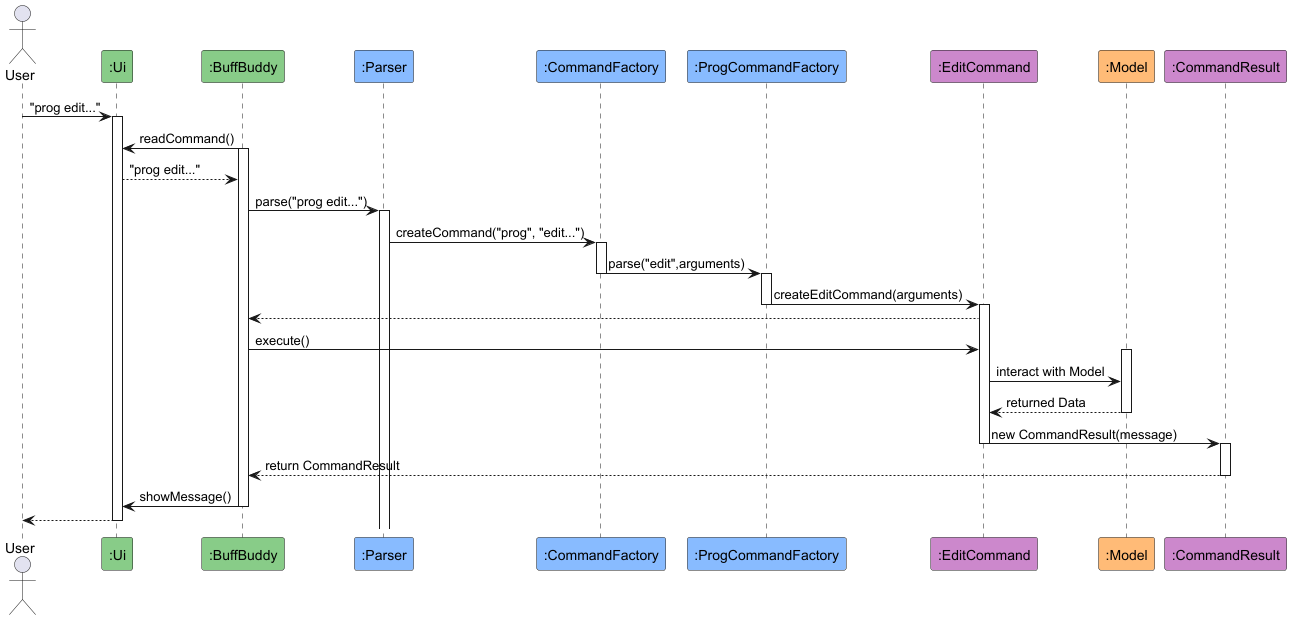
nus-cs2113-AY2425S1/tp keeps this PlantUML diagram as docs/images/editCommand.png. Above is the earlier version.
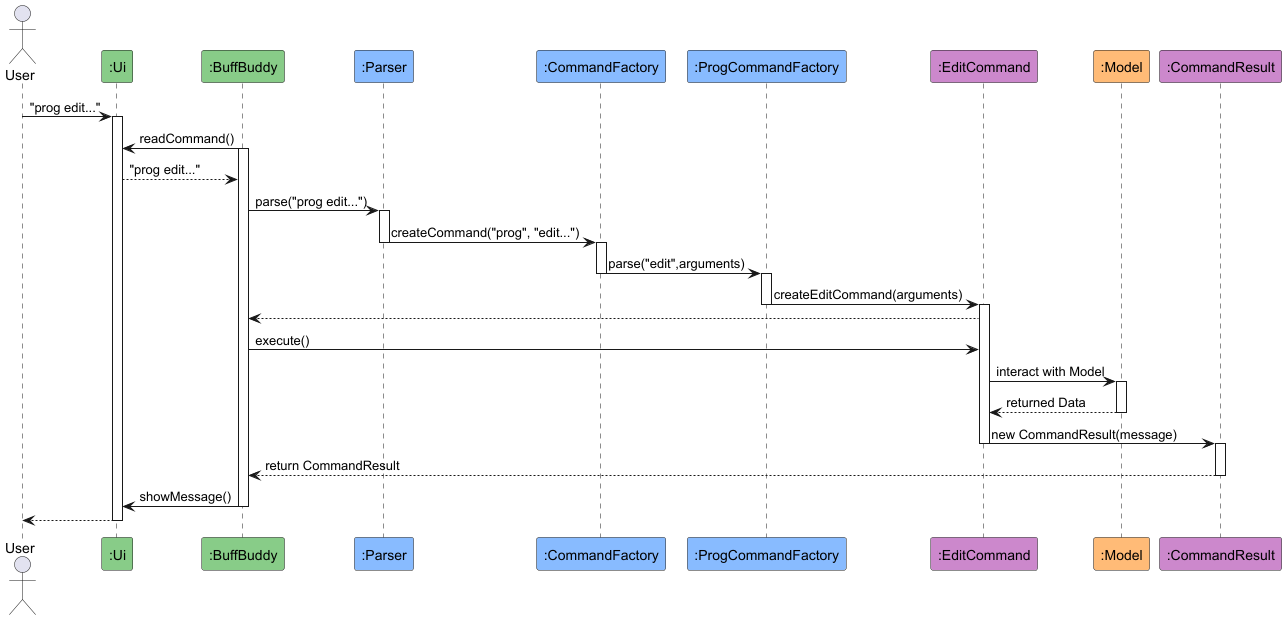
The same diagram one commit later.

Change to the diagram source:
```diff
@@ -23,6 +23,7 @@
 activate Parser
 
 Parser -> CommandFactory : createCommand("prog", "edit...")
+deactivate Parser
 activate CommandFactory
 
 CommandFactory -> ProgCommandFactory : parse("edit",arguments)
@@ -37,9 +38,10 @@
 BuffBuddy <-- Command
 
 BuffBuddy -> Command : execute()
-activate Model
+
 
 Command -> Model : interact with Model
+activate Model
 Command <-- Model: returned Data
 deactivate Model
 
```
